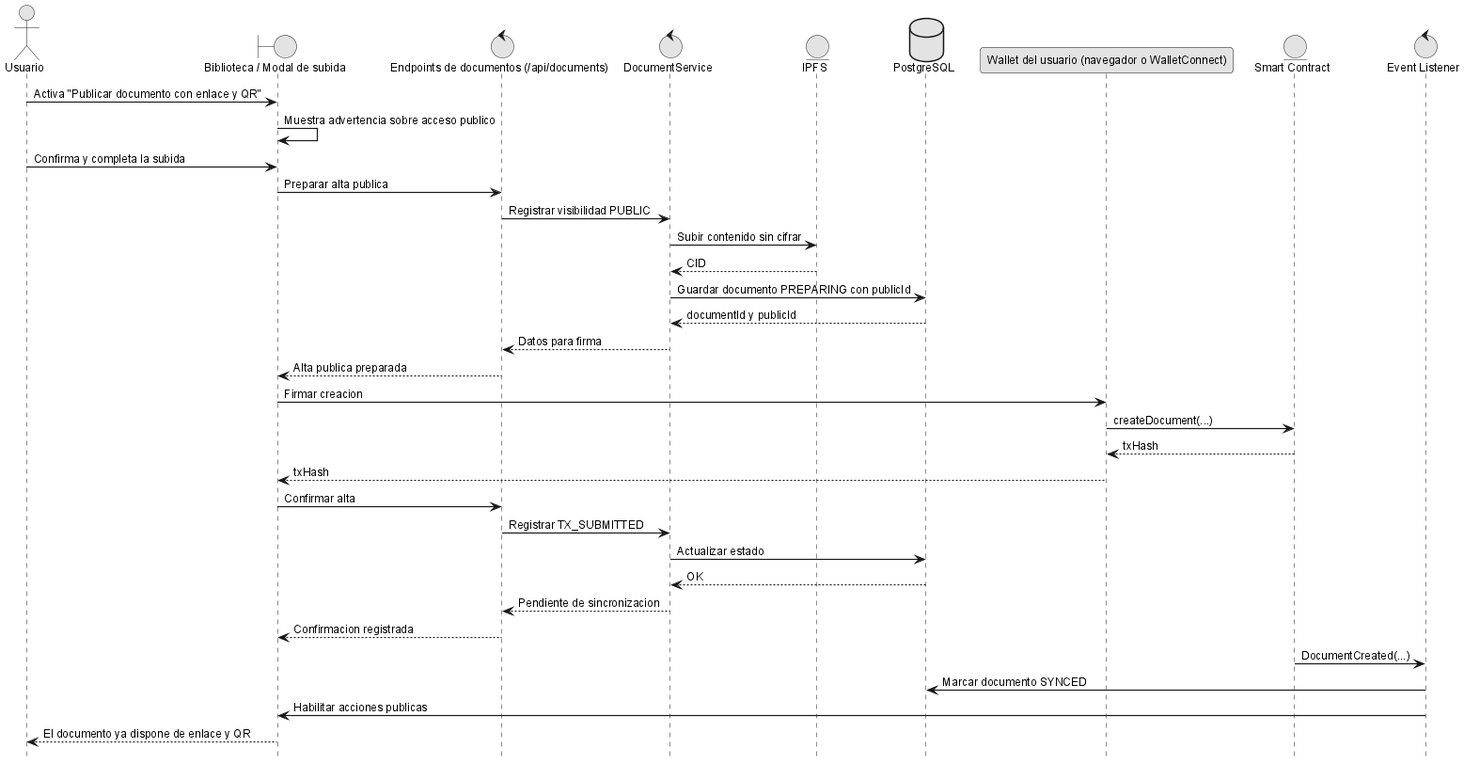
This is anexos/diagramas/flow-public-upload.png from ErDeivih/DocumentChain, a PlantUML export, as it was before one commit. Source of this version:
```plantuml
@startuml
!include _sequence-style.puml
actor Usuario as user
boundary "Biblioteca / Modal de subida" as ui
control "Endpoints de documentos (/api/documents)" as api
control "DocumentService" as srv
entity "IPFS" as ipfs
database "PostgreSQL" as db
participant "Wallet del usuario (navegador o WalletConnect)" as wallet
entity "Smart Contract" as sc
control "Event Listener" as listener

user -> ui: Activa "Publicar documento con enlace y QR"
ui -> ui: Muestra advertencia sobre acceso publico
user -> ui: Confirma y completa la subida
ui -> api: Preparar alta publica
api -> srv: Registrar visibilidad PUBLIC
srv -> ipfs: Subir contenido sin cifrar
ipfs --> srv: CID
srv -> db: Guardar documento PREPARING con publicId
db --> srv: documentId y publicId
srv --> api: Datos para firma
api --> ui: Alta publica preparada

ui -> wallet: Firmar creacion
wallet -> sc: createDocument(...)
sc --> wallet: txHash
wallet --> ui: txHash

ui -> api: Confirmar alta
api -> srv: Registrar TX_SUBMITTED
srv -> db: Actualizar estado
db --> srv: OK
srv --> api: Pendiente de sincronizacion
api --> ui: Confirmacion registrada

sc -> listener: DocumentCreated(...)
listener -> db: Marcar documento SYNCED
listener -> ui: Habilitar acciones publicas
ui --> user: El documento ya dispone de enlace y QR
@enduml
```
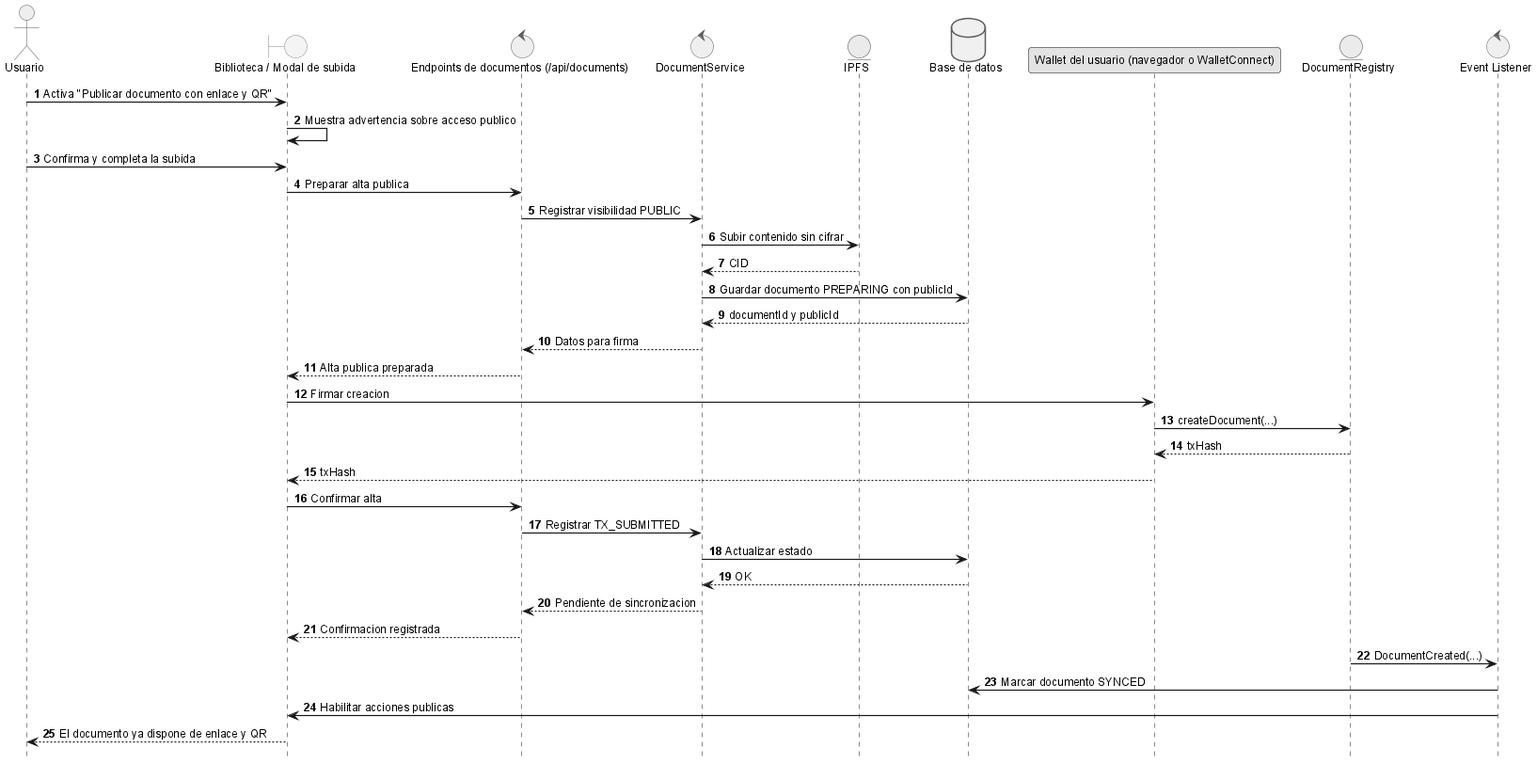
The same file after the commit.

Diff of the diagram source:
```diff
@@ -5,9 +5,9 @@
 control "Endpoints de documentos (/api/documents)" as api
 control "DocumentService" as srv
 entity "IPFS" as ipfs
-database "PostgreSQL" as db
+database "Base de datos" as db
 participant "Wallet del usuario (navegador o WalletConnect)" as wallet
-entity "Smart Contract" as sc
+entity "DocumentRegistry" as sc
 control "Event Listener" as listener
 
 user -> ui: Activa "Publicar documento con enlace y QR"
```
